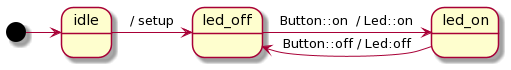
Above: doc/meeting-embedded-2020/images/design.png in boost-ext/sml (PlantUML), before the change. Its diagram source:
```plantuml
@startuml


[*] -> idle
idle -> led_off : / setup
led_off -> led_on : Button::on  / Led::on
led_on -> led_off : Button::off / Led:off
@enduml
```
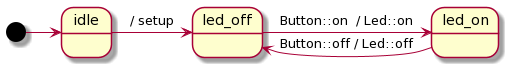
The same file after the commit.

Commit message:
:books: [MeetingEmbedded-2020] - Online AVR/Arduino Development with C++20

The edit, as a diff of the source:
```diff
@@ -4,5 +4,5 @@
 [*] -> idle
 idle -> led_off : / setup
 led_off -> led_on : Button::on  / Led::on
-led_on -> led_off : Button::off / Led:off
+led_on -> led_off : Button::off / Led::off
 @enduml
```
